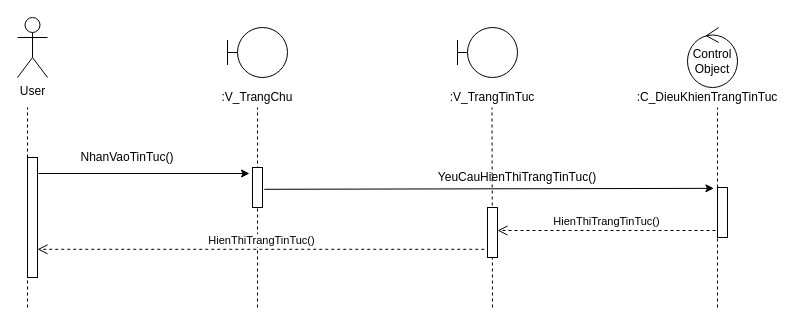
This is Sequence/XemTinTuc.drawio from hoangminh15/PTTKHT, a draw.io file, before an edit. Source tidied: cells renumbered, new cells numbered last; positions are measured from the earlier drawing's top-left corner, leaving out a move shared by most shapes. Both pictures are drawn from the tidied source at 100%, with x=0, y=0 at pixel (17, 17).
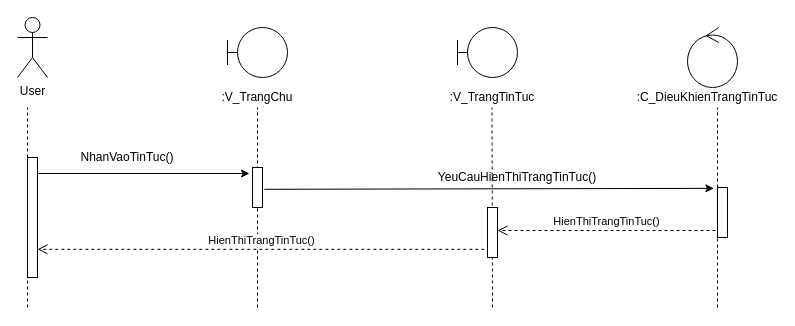
After the change.

The edit, as a diff of the source:
```diff
@@
-    <mxCell id="5" value="Control Object" style="ellipse;shape=umlControl;whiteSpace=wrap;html=1;" parent="1" vertex="1">
+    <mxCell id="5" style="ellipse;shape=umlControl;whiteSpace=wrap;html=1;" parent="1" vertex="1">
       <mxGeometry x="670" y="10" width="50" height="60" as="geometry" />
     </mxCell>
```
